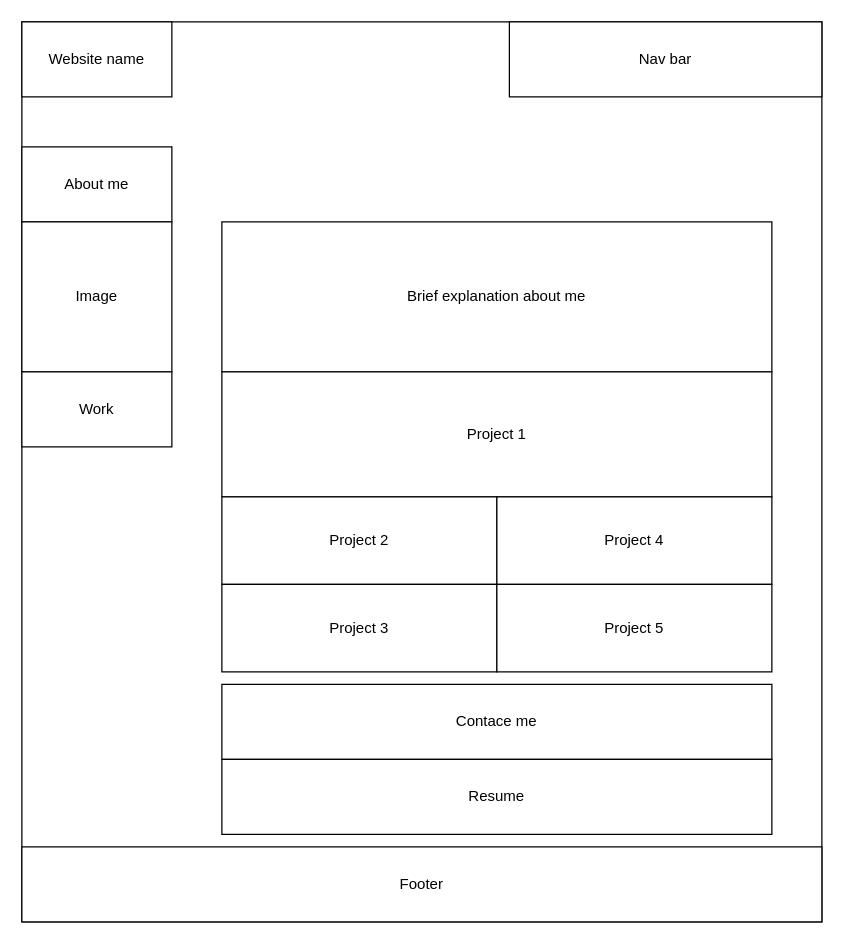
This is wireframe.drawio from iab-19/professional_portfolio, a draw.io file, before an edit. Source tidied: cells renumbered, new cells numbered last; positions are measured from the earlier drawing's top-left corner, leaving out a move shared by most shapes. Both pictures are drawn from the tidied source at 125%, with x=0, y=0 at pixel (21, 21).
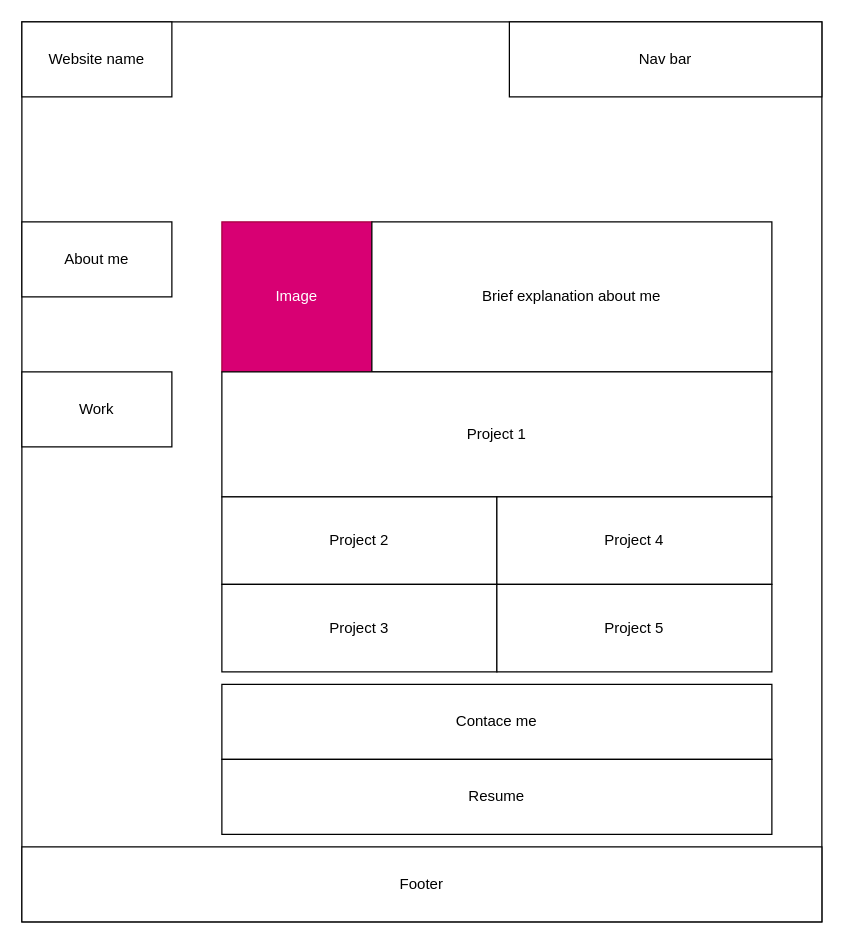
The same diagram, later.

The edit, as a diff of the source:
```diff
@@
 <mxGraphModel>
   <root>
     <mxCell id="0" />
     <mxCell id="1" parent="0" />
     <mxCell id="2" style="rounded=0;whiteSpace=wrap;html=1;" parent="1" vertex="1">
       <mxGeometry width="640" height="720" as="geometry" />
     </mxCell>
     <mxCell id="3" value="Nav bar" style="rounded=0;whiteSpace=wrap;html=1;fillColor=default;" parent="1" vertex="1">
       <mxGeometry x="390" width="250" height="60" as="geometry" />
     </mxCell>
     <mxCell id="4" value="Website name" style="rounded=0;whiteSpace=wrap;html=1;fillColor=default;" parent="1" vertex="1">
       <mxGeometry width="120" height="60" as="geometry" />
     </mxCell>
     <mxCell id="5" value="About me" style="rounded=0;whiteSpace=wrap;html=1;fillColor=default;" parent="1" vertex="1">
-      <mxGeometry y="100" width="120" height="60" as="geometry" />
+      <mxGeometry y="160" width="120" height="60" as="geometry" />
     </mxCell>
-    <mxCell id="6" value="Image" style="rounded=0;whiteSpace=wrap;html=1;fillColor=default;" parent="1" vertex="1">
-      <mxGeometry y="160" width="120" height="120" as="geometry" />
+    <mxCell id="6" value="Image" style="rounded=0;whiteSpace=wrap;html=1;fillColor=#d80073;fontColor=#ffffff;strokeColor=#A50040;" parent="1" vertex="1">
+      <mxGeometry x="160" y="160" width="120" height="120" as="geometry" />
     </mxCell>
     <mxCell id="7" value="Brief explanation about me" style="rounded=0;whiteSpace=wrap;html=1;fillColor=default;" parent="1" vertex="1">
-      <mxGeometry x="160" y="160" width="440" height="120" as="geometry" />
+      <mxGeometry x="280" y="160" width="320" height="120" as="geometry" />
     </mxCell>
     <mxCell id="8" value="Work" style="rounded=0;whiteSpace=wrap;html=1;fillColor=default;" parent="1" vertex="1">
       <mxGeometry y="280" width="120" height="60" as="geometry" />
     </mxCell>
     <mxCell id="9" value="Project 1" style="rounded=0;whiteSpace=wrap;html=1;fillColor=default;" parent="1" vertex="1">
       <mxGeometry x="160" y="280" width="440" height="100" as="geometry" />
     </mxCell>
     <mxCell id="10" value="Project 2" style="rounded=0;whiteSpace=wrap;html=1;fillColor=default;" parent="1" vertex="1">
       <mxGeometry x="160" y="380" width="220" height="70" as="geometry" />
     </mxCell>
     <mxCell id="11" value="Project 4" style="rounded=0;whiteSpace=wrap;html=1;fillColor=default;" parent="1" vertex="1">
       <mxGeometry x="380" y="380" width="220" height="70" as="geometry" />
     </mxCell>
     <mxCell id="12" value="Contace me" style="rounded=0;whiteSpace=wrap;html=1;fillColor=default;" parent="1" vertex="1">
       <mxGeometry x="160" y="530" width="440" height="60" as="geometry" />
     </mxCell>
     <mxCell id="13" value="Resume" style="rounded=0;whiteSpace=wrap;html=1;fillColor=default;" parent="1" vertex="1">
       <mxGeometry x="160" y="590" width="440" height="60" as="geometry" />
     </mxCell>
     <mxCell id="14" value="Footer" style="rounded=0;whiteSpace=wrap;html=1;fillColor=default;" parent="1" vertex="1">
       <mxGeometry y="660" width="640" height="60" as="geometry" />
     </mxCell>
     <mxCell id="15" value="Project 3" style="rounded=0;whiteSpace=wrap;html=1;fillColor=default;" parent="1" vertex="1">
       <mxGeometry x="160" y="450" width="220" height="70" as="geometry" />
     </mxCell>
     <mxCell id="16" value="Project 5" style="rounded=0;whiteSpace=wrap;html=1;fillColor=default;" parent="1" vertex="1">
       <mxGeometry x="380" y="450" width="220" height="70" as="geometry" />
     </mxCell>
   </root>
 </mxGraphModel>
```
